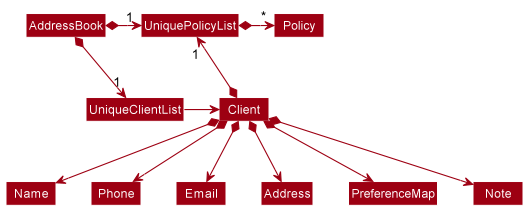
sheimoria/tp keeps this PlantUML diagram as docs/images/BetterModelClassDiagram.png. Above is the earlier version. Its source is kept beside it as docs/diagrams/BetterModelClassDiagram.puml. The source it was exported from:
```plantuml
@startuml
!include style.puml
skinparam arrowThickness 1.1
skinparam arrowColor MODEL_COLOR
skinparam classBackgroundColor MODEL_COLOR

AddressBook *-right-> "1" UniqueClientList
AddressBook *-right-> "1" UniquePolicyList
UniquePolicyList -[hidden]down- UniqueClientList
UniquePolicyList -[hidden]down- UniqueClientList

UniqueClientList -right-> Client
UniquePolicyList *-right-> "~*" Policy

Client *--> Name
Client *--> Phone
Client *--> Email
Client *--> Address
Client *-up-> "1" UniquePolicyList
Client *--> PreferenceMap
Client *--> Note
@enduml
```
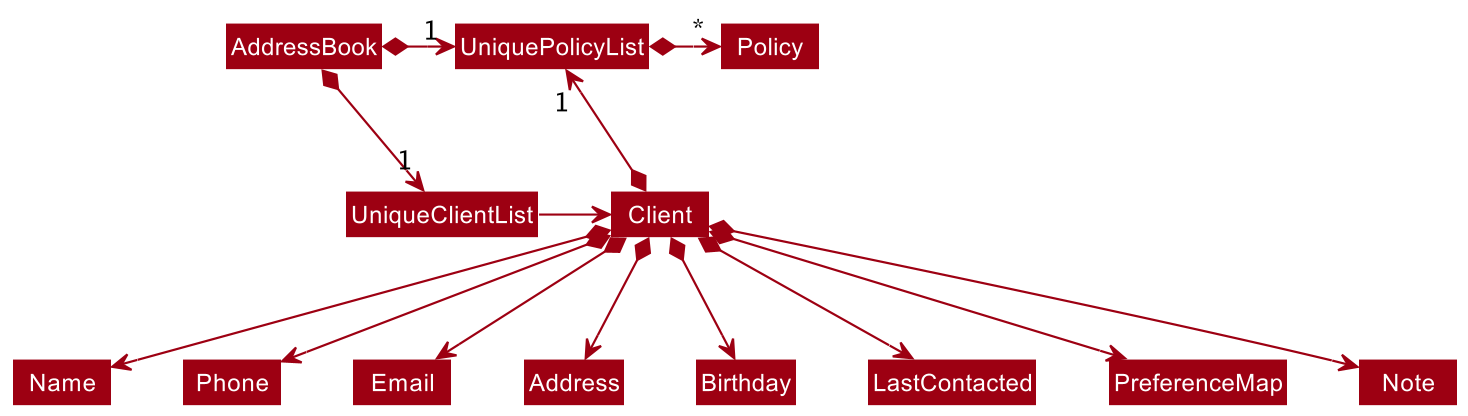
The same file after the commit.

Commit message:
Add Birthday and LastContacted to ModelClassDiagrams

What changed in the source:
```diff
@@ -16,6 +16,8 @@
 Client *--> Phone
 Client *--> Email
 Client *--> Address
+Client *--> Birthday
+Client *--> LastContacted
 Client *-up-> "1" UniquePolicyList
 Client *--> PreferenceMap
 Client *--> Note
```
